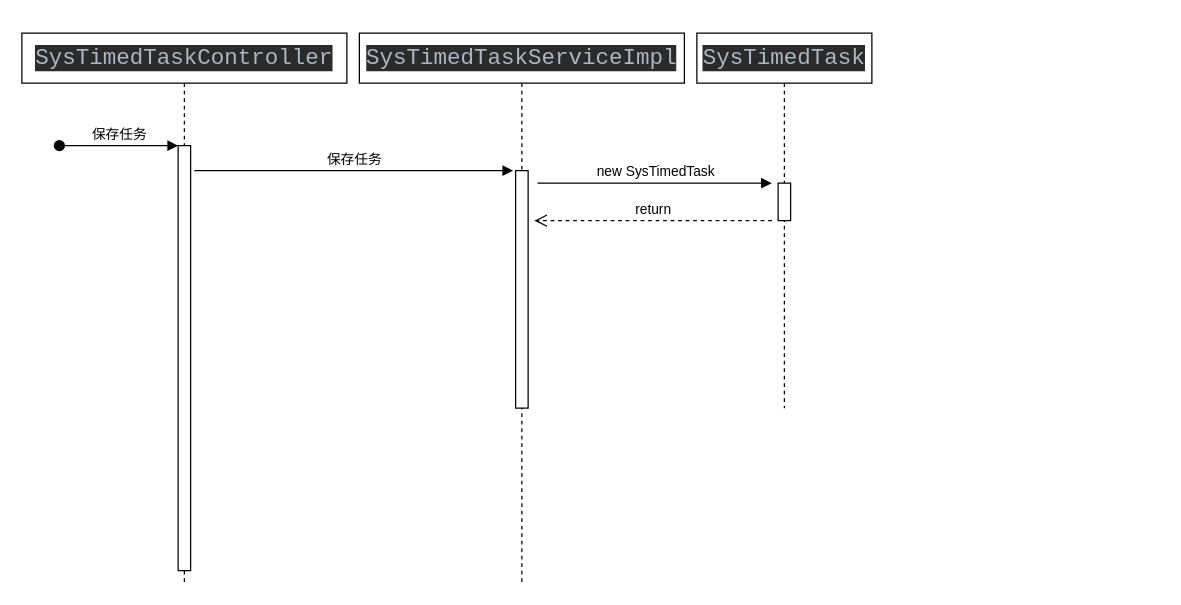
Before: quartz.drawio in xiaolixi/xiaolixi.github.io, a draw.io diagram. Source tidied: cells renumbered, new cells numbered last; positions are measured from the earlier drawing's top-left corner, leaving out a move shared by most shapes. Both pictures are drawn from the tidied source at 125%, with x=0, y=0 at pixel (21, 32).
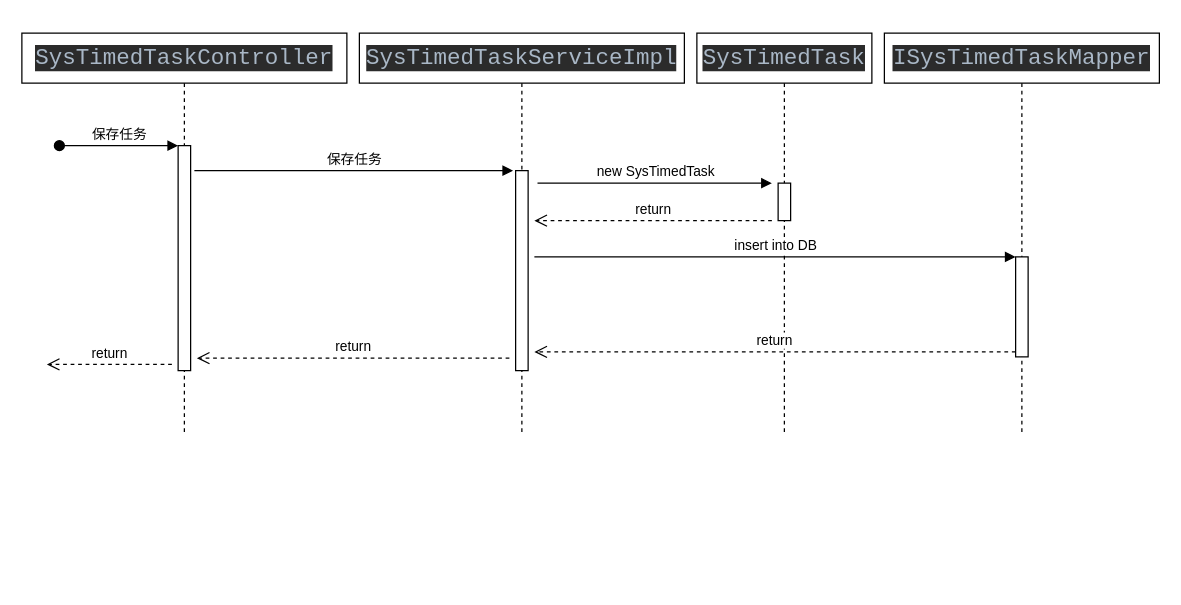
The same page after the edit.

Diff of the diagram source:
```diff
@@
     <mxCell id="2" value="&lt;pre style=&quot;background-color: #2b2b2b ; color: #a9b7c6 ; font-family: &amp;#34;courier new&amp;#34; ; font-size: 13.5pt&quot;&gt;SysTimedTaskController&lt;/pre&gt;" style="shape=umlLifeline;perimeter=lifelinePerimeter;whiteSpace=wrap;html=1;" parent="1" vertex="1">
-      <mxGeometry width="260" height="440" as="geometry" />
+      <mxGeometry width="260" height="320" as="geometry" />
     </mxCell>
     <mxCell id="3" style="html=1;points=[];perimeter=orthogonalPerimeter;" parent="2" vertex="1">
-      <mxGeometry x="125" y="90" width="10" height="340" as="geometry" />
+      <mxGeometry x="125" y="90" width="10" height="180" as="geometry" />
     </mxCell>
@@
+    <mxCell id="12" value="return" style="html=1;verticalAlign=bottom;endArrow=open;dashed=1;endSize=8;" parent="2" edge="1">
+      <mxGeometry relative="1" as="geometry">
+        <mxPoint x="120" y="265" as="sourcePoint" />
+        <mxPoint x="20" y="265" as="targetPoint" />
+      </mxGeometry>
+    </mxCell>
     <mxCell id="5" value="&lt;pre style=&quot;background-color: #2b2b2b ; color: #a9b7c6 ; font-family: &amp;#34;courier new&amp;#34; ; font-size: 13.5pt&quot;&gt;&lt;pre style=&quot;font-family: &amp;#34;courier new&amp;#34; ; font-size: 13.5pt&quot;&gt;SysTimedTaskServiceImpl&lt;/pre&gt;&lt;/pre&gt;" style="shape=umlLifeline;perimeter=lifelinePerimeter;whiteSpace=wrap;html=1;" parent="1" vertex="1">
-      <mxGeometry x="270" width="260" height="440" as="geometry" />
+      <mxGeometry x="270" width="260" height="320" as="geometry" />
     </mxCell>
     <mxCell id="6" style="html=1;perimeter=orthogonalPerimeter;" parent="5" vertex="1">
-      <mxGeometry x="125" y="110" width="10" height="190" as="geometry" />
+      <mxGeometry x="125" y="110" width="10" height="160" as="geometry" />
     </mxCell>
@@
+    <mxCell id="13" value="return" style="html=1;verticalAlign=bottom;endArrow=open;dashed=1;endSize=8;" parent="5" edge="1">
+      <mxGeometry relative="1" as="geometry">
+        <mxPoint x="120" y="260" as="sourcePoint" />
+        <mxPoint x="-130" y="260" as="targetPoint" />
+      </mxGeometry>
+    </mxCell>
@@
     <mxCell id="9" value="&lt;pre style=&quot;background-color: #2b2b2b ; color: #a9b7c6 ; font-family: &amp;#34;courier new&amp;#34; ; font-size: 13.5pt&quot;&gt;SysTimedTask&lt;/pre&gt;" style="shape=umlLifeline;perimeter=lifelinePerimeter;whiteSpace=wrap;html=1;" parent="1" vertex="1">
-      <mxGeometry x="540" width="140" height="300" as="geometry" />
+      <mxGeometry x="540" width="140" height="320" as="geometry" />
     </mxCell>
@@
+    <mxCell id="14" value="&lt;pre style=&quot;background-color: #2b2b2b ; color: #a9b7c6 ; font-family: &amp;#34;courier new&amp;#34; ; font-size: 13.5pt&quot;&gt;ISysTimedTaskMapper&lt;/pre&gt;" style="shape=umlLifeline;perimeter=lifelinePerimeter;whiteSpace=wrap;html=1;" parent="1" vertex="1">
+      <mxGeometry x="690" width="220" height="320" as="geometry" />
+    </mxCell>
+    <mxCell id="15" style="html=1;points=[];perimeter=orthogonalPerimeter;" parent="14" vertex="1">
+      <mxGeometry x="105" y="179" width="10" height="80" as="geometry" />
+    </mxCell>
+    <mxCell id="16" value="insert into DB" style="html=1;verticalAlign=bottom;endArrow=block;entryX=0;entryY=0;" parent="14" edge="1" target="15">
+      <mxGeometry relative="1" as="geometry">
+        <mxPoint x="-280" y="179" as="sourcePoint" />
+      </mxGeometry>
+    </mxCell>
+    <mxCell id="17" value="return" style="html=1;verticalAlign=bottom;endArrow=open;dashed=1;endSize=8;exitX=0;exitY=0.95;" parent="14" edge="1" source="15">
+      <mxGeometry relative="1" as="geometry">
+        <mxPoint x="-280" y="255" as="targetPoint" />
+      </mxGeometry>
+    </mxCell>
```
